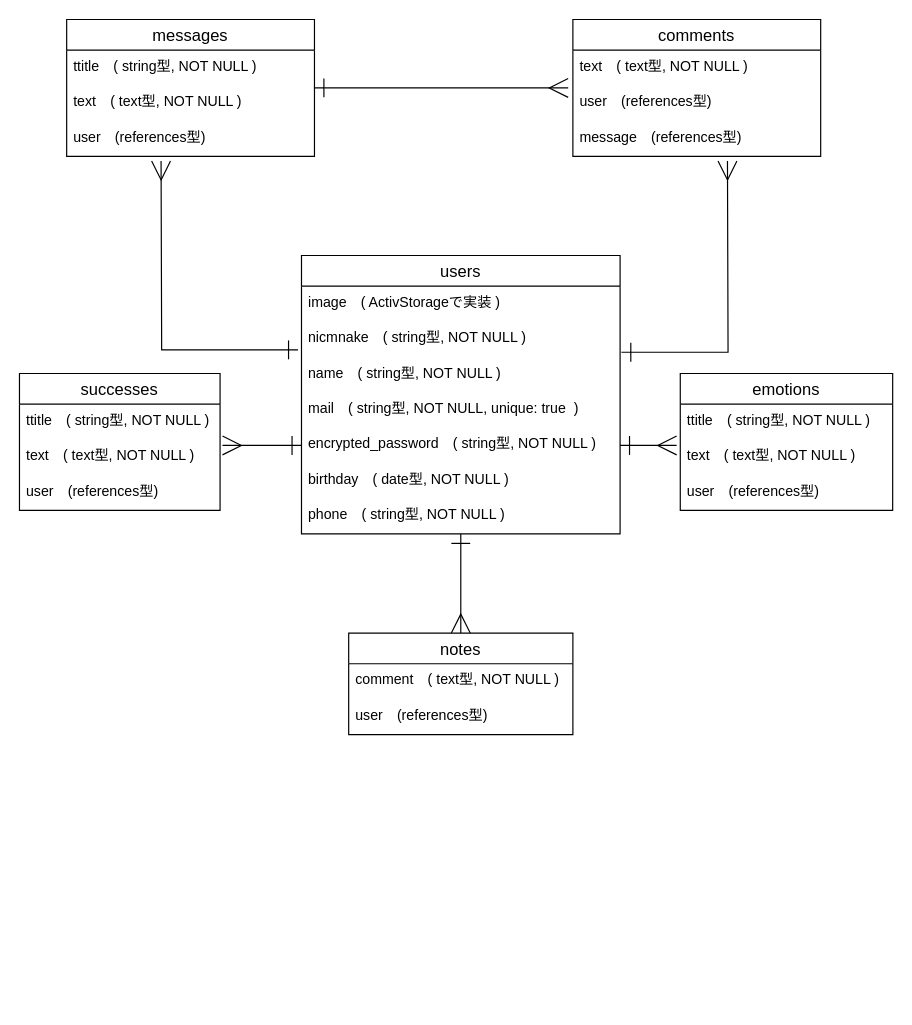
This is ER_selfy.dio from yabebebebe/SELFY, a draw.io file, before an edit. Source tidied: cells renumbered, new cells numbered last; positions are measured from the earlier drawing's top-left corner, leaving out a move shared by most shapes. Both pictures are drawn from the tidied source at 118%, with x=0, y=0 at pixel (19, 19).
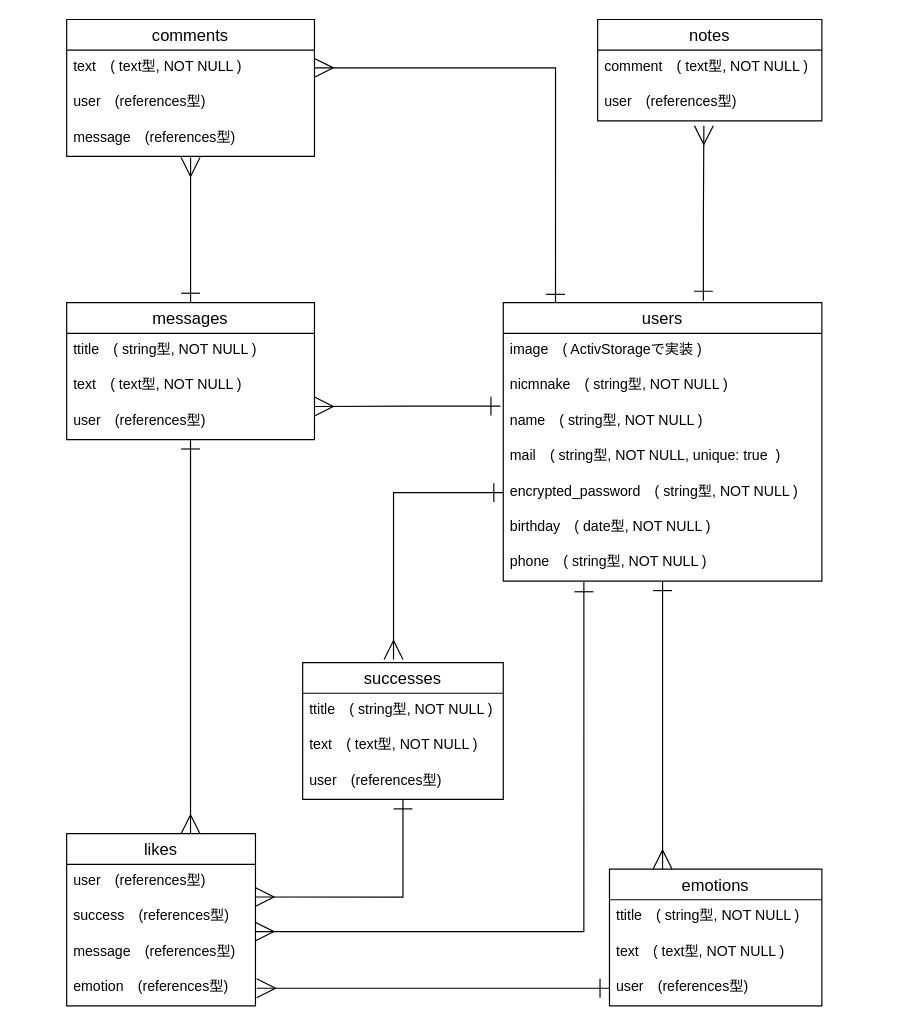
Above is the later version.

Commit message (it also covers changes not shown here):
ER図、READMEの修正

The change refers to these unchanged cells:
```xml
<mxCell id="9" value="text　( text型, NOT NULL )" style="text;strokeColor=none;fillColor=none;spacingLeft=4;spacingRight=4;overflow=hidden;points=[[0,0.5],[1,0.5]];portConstraint=eastwest;fontSize=12;" parent="7" vertex="1">
  <mxGeometry y="56" width="180" height="30" as="geometry" />
</mxCell>
<mxCell id="10" value="user　(references型)" style="text;strokeColor=none;fillColor=none;spacingLeft=4;spacingRight=4;overflow=hidden;points=[[0,0.5],[1,0.5]];portConstraint=eastwest;fontSize=12;" parent="7" vertex="1">
  <mxGeometry y="86" width="180" height="30" as="geometry" />
</mxCell>
<mxCell id="13" value="text　( text型, NOT NULL )" style="text;strokeColor=none;fillColor=none;spacingLeft=4;spacingRight=4;overflow=hidden;points=[[0,0.5],[1,0.5]];portConstraint=eastwest;fontSize=12;" parent="11" vertex="1">
  <mxGeometry y="56" width="170" height="30" as="geometry" />
</mxCell>
<mxCell id="22" value="nicmnake　( string型, NOT NULL )" style="text;strokeColor=none;fillColor=none;spacingLeft=4;spacingRight=4;overflow=hidden;points=[[0,0.5],[1,0.5]];portConstraint=eastwest;fontSize=12;" parent="20" vertex="1">
  <mxGeometry y="56" width="270" height="30" as="geometry" />
</mxCell>
<mxCell id="23" value="name　( string型, NOT NULL )" style="text;strokeColor=none;fillColor=none;spacingLeft=4;spacingRight=4;overflow=hidden;points=[[0,0.5],[1,0.5]];portConstraint=eastwest;fontSize=12;" parent="20" vertex="1">
  <mxGeometry y="86" width="270" height="30" as="geometry" />
</mxCell>
<mxCell id="25" value="encrypted_password　( string型, NOT NULL )" style="text;strokeColor=none;fillColor=none;spacingLeft=4;spacingRight=4;overflow=hidden;points=[[0,0.5],[1,0.5]];portConstraint=eastwest;fontSize=12;" parent="20" vertex="1">
  <mxGeometry y="146" width="270" height="30" as="geometry" />
</mxCell>
<mxCell id="27" value="phone　( string型, NOT NULL )" style="text;strokeColor=none;fillColor=none;spacingLeft=4;spacingRight=4;overflow=hidden;points=[[0,0.5],[1,0.5]];portConstraint=eastwest;fontSize=12;" parent="20" vertex="1">
  <mxGeometry y="206" width="270" height="30" as="geometry" />
</mxCell>
<mxCell id="31" value="text　( text型, NOT NULL )" style="text;strokeColor=none;fillColor=none;spacingLeft=4;spacingRight=4;overflow=hidden;points=[[0,0.5],[1,0.5]];portConstraint=eastwest;fontSize=12;" parent="30" vertex="1">
  <mxGeometry y="26" width="210" height="30" as="geometry" />
</mxCell>
<mxCell id="32" value="user　(references型)" style="text;strokeColor=none;fillColor=none;spacingLeft=4;spacingRight=4;overflow=hidden;points=[[0,0.5],[1,0.5]];portConstraint=eastwest;fontSize=12;" parent="30" vertex="1">
  <mxGeometry y="56" width="210" height="30" as="geometry" />
</mxCell>
<mxCell id="33" value="message　(references型)" style="text;strokeColor=none;fillColor=none;spacingLeft=4;spacingRight=4;overflow=hidden;points=[[0,0.5],[1,0.5]];portConstraint=eastwest;fontSize=12;" parent="30" vertex="1">
  <mxGeometry y="86" width="210" height="30" as="geometry" />
</mxCell>
```

What changed in the source:
```diff
@@
-    <mxCell id="2" style="edgeStyle=orthogonalEdgeStyle;rounded=0;jettySize=auto;html=1;entryX=-0.019;entryY=0.067;entryDx=0;entryDy=0;entryPerimeter=0;startArrow=ERone;startFill=0;endArrow=ERmany;endFill=0;startSize=14;endSize=14;" parent="1" edge="1" source="3" target="32">
-      <mxGeometry relative="1" as="geometry" />
-    </mxCell>
+    <mxCell id="35" style="edgeStyle=orthogonalEdgeStyle;rounded=0;jettySize=auto;html=1;entryX=0.5;entryY=1.033;entryDx=0;entryDy=0;entryPerimeter=0;startArrow=ERone;startFill=0;endArrow=ERmany;endFill=0;startSize=14;endSize=14;" parent="1" edge="1" source="3" target="33">
+      <mxGeometry relative="1" as="geometry" />
+    </mxCell>
+    <mxCell id="36" style="edgeStyle=orthogonalEdgeStyle;rounded=0;jettySize=auto;html=1;entryX=0.656;entryY=0;entryDx=0;entryDy=0;entryPerimeter=0;startArrow=ERone;startFill=0;endArrow=ERmany;endFill=0;startSize=14;endSize=14;" parent="1" edge="1" source="3" target="45">
+      <mxGeometry relative="1" as="geometry" />
+    </mxCell>
     <mxCell id="3" value="messages" style="swimlane;fontStyle=0;horizontal=1;startSize=26;align=center;fontSize=14;" parent="1" vertex="1">
-      <mxGeometry x="40" width="210" height="116" as="geometry" />
+      <mxGeometry x="40" y="240" width="210" height="116" as="geometry" />
     </mxCell>
@@
+    <mxCell id="37" style="edgeStyle=orthogonalEdgeStyle;rounded=0;jettySize=auto;html=1;startArrow=ERone;startFill=0;endArrow=ERmany;endFill=0;startSize=14;endSize=14;exitX=0;exitY=0.5;exitDx=0;exitDy=0;" parent="1" edge="1" source="10">
+      <mxGeometry relative="1" as="geometry">
+        <mxPoint x="201" y="821" as="targetPoint" />
+      </mxGeometry>
+    </mxCell>
     <mxCell id="7" value="emotions" style="swimlane;fontStyle=0;horizontal=1;startSize=26;align=center;fontSize=14;" parent="1" vertex="1">
-      <mxGeometry x="560" y="300" width="180" height="116" as="geometry" />
+      <mxGeometry x="500" y="720" width="180" height="116" as="geometry" />
     </mxCell>
@@
+    <mxCell id="38" style="edgeStyle=orthogonalEdgeStyle;rounded=0;jettySize=auto;html=1;entryX=0.998;entryY=0.922;entryDx=0;entryDy=0;entryPerimeter=0;startArrow=ERone;startFill=0;endArrow=ERmany;endFill=0;startSize=14;endSize=14;" parent="1" edge="1" source="11" target="46">
+      <mxGeometry relative="1" as="geometry" />
+    </mxCell>
     <mxCell id="11" value="successes" style="swimlane;fontStyle=0;horizontal=1;startSize=26;align=center;fontSize=14;" parent="1" vertex="1">
-      <mxGeometry y="300" width="170" height="116" as="geometry" />
+      <mxGeometry x="240" y="545" width="170" height="116" as="geometry" />
     </mxCell>
@@
     <mxCell id="15" value="notes" style="swimlane;fontStyle=0;horizontal=1;startSize=26;align=center;fontSize=14;" parent="1" vertex="1">
-      <mxGeometry x="279" y="520" width="190" height="86" as="geometry" />
+      <mxGeometry x="490" width="190" height="86" as="geometry" />
     </mxCell>
@@
-    <mxCell id="18" style="edgeStyle=orthogonalEdgeStyle;rounded=0;jettySize=auto;html=1;startArrow=ERone;startFill=0;endSize=14;startSize=14;endArrow=ERmany;endFill=0;exitX=-0.011;exitY=0.8;exitDx=0;exitDy=0;exitPerimeter=0;" parent="1" edge="1" source="22">
-      <mxGeometry relative="1" as="geometry">
-        <mxPoint x="120" y="120" as="targetPoint" />
-      </mxGeometry>
-    </mxCell>
-    <mxCell id="19" style="edgeStyle=orthogonalEdgeStyle;rounded=0;jettySize=auto;html=1;startArrow=ERone;startFill=0;endArrow=ERmany;endFill=0;startSize=14;endSize=14;entryX=0.5;entryY=0;entryDx=0;entryDy=0;" parent="1" edge="1" source="20" target="15">
-      <mxGeometry relative="1" as="geometry" />
-    </mxCell>
+    <mxCell id="39" style="edgeStyle=orthogonalEdgeStyle;rounded=0;jettySize=auto;html=1;startArrow=ERone;startFill=0;endArrow=ERmany;endFill=0;startSize=14;endSize=14;exitX=-0.009;exitY=0.056;exitDx=0;exitDy=0;exitPerimeter=0;" parent="1" edge="1" source="23">
+      <mxGeometry relative="1" as="geometry">
+        <mxPoint x="250" y="328" as="targetPoint" />
+      </mxGeometry>
+    </mxCell>
+    <mxCell id="40" style="edgeStyle=orthogonalEdgeStyle;rounded=0;jettySize=auto;html=1;entryX=0.453;entryY=-0.023;entryDx=0;entryDy=0;entryPerimeter=0;startArrow=ERone;startFill=0;endArrow=ERmany;endFill=0;startSize=14;endSize=14;exitX=0;exitY=0.5;exitDx=0;exitDy=0;" parent="1" edge="1" source="25" target="11">
+      <mxGeometry relative="1" as="geometry" />
+    </mxCell>
+    <mxCell id="41" style="edgeStyle=orthogonalEdgeStyle;rounded=0;jettySize=auto;html=1;entryX=0.998;entryY=0.9;entryDx=0;entryDy=0;entryPerimeter=0;startArrow=ERone;startFill=0;endArrow=ERmany;endFill=0;startSize=14;endSize=14;exitX=0.253;exitY=1.033;exitDx=0;exitDy=0;exitPerimeter=0;" parent="1" edge="1" source="27" target="47">
+      <mxGeometry relative="1" as="geometry" />
+    </mxCell>
+    <mxCell id="42" style="edgeStyle=orthogonalEdgeStyle;rounded=0;jettySize=auto;html=1;entryX=0.25;entryY=0;entryDx=0;entryDy=0;startArrow=ERone;startFill=0;endArrow=ERmany;endFill=0;startSize=14;endSize=14;" parent="1" edge="1" source="20" target="7">
+      <mxGeometry relative="1" as="geometry" />
+    </mxCell>
+    <mxCell id="43" style="edgeStyle=orthogonalEdgeStyle;rounded=0;jettySize=auto;html=1;startArrow=ERone;startFill=0;endArrow=ERmany;endFill=0;startSize=14;endSize=14;exitX=0.628;exitY=-0.007;exitDx=0;exitDy=0;exitPerimeter=0;" parent="1" edge="1" source="20">
+      <mxGeometry relative="1" as="geometry">
+        <mxPoint x="580" y="90" as="targetPoint" />
+      </mxGeometry>
+    </mxCell>
+    <mxCell id="44" style="edgeStyle=orthogonalEdgeStyle;rounded=0;jettySize=auto;html=1;entryX=1;entryY=0.5;entryDx=0;entryDy=0;startArrow=ERone;startFill=0;endArrow=ERmany;endFill=0;startSize=14;endSize=14;exitX=0.164;exitY=0.004;exitDx=0;exitDy=0;exitPerimeter=0;" parent="1" edge="1" source="20" target="31">
+      <mxGeometry relative="1" as="geometry" />
+    </mxCell>
     <mxCell id="20" value="users" style="swimlane;fontStyle=0;horizontal=1;startSize=26;align=center;fontSize=14;" parent="1" vertex="1">
-      <mxGeometry x="239" y="200" width="270" height="236" as="geometry" />
+      <mxGeometry x="410" y="240" width="270" height="236" as="geometry" />
     </mxCell>
@@
-    <mxCell id="28" style="edgeStyle=orthogonalEdgeStyle;rounded=0;jettySize=auto;html=1;entryX=1.012;entryY=0.167;entryDx=0;entryDy=0;entryPerimeter=0;startArrow=ERone;startFill=0;endArrow=ERmany;endFill=0;endSize=14;startSize=14;" parent="1" edge="1" source="25" target="13">
-      <mxGeometry relative="1" as="geometry" />
-    </mxCell>
-    <mxCell id="29" style="edgeStyle=orthogonalEdgeStyle;rounded=0;jettySize=auto;html=1;entryX=-0.017;entryY=0.167;entryDx=0;entryDy=0;entryPerimeter=0;startArrow=ERone;startFill=0;endArrow=ERmany;endFill=0;startSize=14;endSize=14;" parent="1" edge="1" source="25" target="9">
-      <mxGeometry relative="1" as="geometry" />
-    </mxCell>
     <mxCell id="30" value="comments" style="swimlane;fontStyle=0;horizontal=1;startSize=26;align=center;fontSize=14;" parent="1" vertex="1">
-      <mxGeometry x="469" width="210" height="116" as="geometry" />
+      <mxGeometry x="40" width="210" height="116" as="geometry" />
     </mxCell>
@@
-    <mxCell id="34" style="edgeStyle=orthogonalEdgeStyle;rounded=0;jettySize=auto;html=1;startArrow=ERone;startFill=0;endArrow=ERmany;endFill=0;startSize=14;endSize=14;exitX=1.004;exitY=0.867;exitDx=0;exitDy=0;exitPerimeter=0;" parent="1" edge="1" source="22">
-      <mxGeometry relative="1" as="geometry">
-        <mxPoint x="600" y="120" as="targetPoint" />
-      </mxGeometry>
-    </mxCell>
+    <mxCell id="45" value="likes" style="swimlane;fontStyle=0;horizontal=1;startSize=26;align=center;fontSize=14;" parent="1" vertex="1">
+      <mxGeometry x="40" y="690" width="160" height="146" as="geometry" />
+    </mxCell>
+    <mxCell id="46" value="user　(references型)" style="text;strokeColor=none;fillColor=none;spacingLeft=4;spacingRight=4;overflow=hidden;points=[[0,0.5],[1,0.5]];portConstraint=eastwest;fontSize=12;" parent="45" vertex="1">
+      <mxGeometry y="26" width="160" height="30" as="geometry" />
+    </mxCell>
+    <mxCell id="47" value="success　(references型)" style="text;strokeColor=none;fillColor=none;spacingLeft=4;spacingRight=4;overflow=hidden;points=[[0,0.5],[1,0.5]];portConstraint=eastwest;fontSize=12;" parent="45" vertex="1">
+      <mxGeometry y="56" width="160" height="30" as="geometry" />
+    </mxCell>
+    <mxCell id="48" value="message　(references型)" style="text;strokeColor=none;fillColor=none;spacingLeft=4;spacingRight=4;overflow=hidden;fontSize=12;" parent="45" vertex="1">
+      <mxGeometry y="86" width="160" height="30" as="geometry" />
+    </mxCell>
+    <mxCell id="49" value="emotion　(references型)" style="text;strokeColor=none;fillColor=none;spacingLeft=4;spacingRight=4;overflow=hidden;fontSize=12;" parent="45" vertex="1">
+      <mxGeometry y="116" width="160" height="30" as="geometry" />
+    </mxCell>
```
